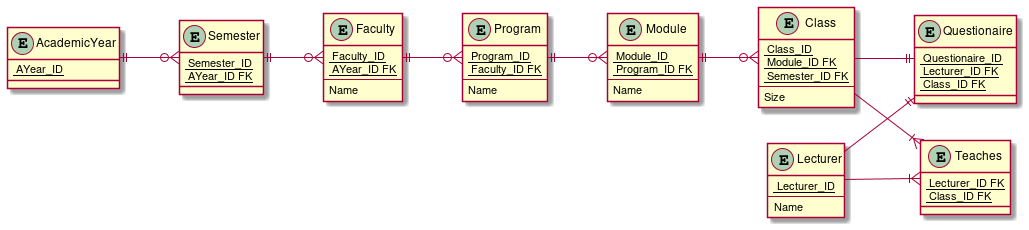
The PlantUML diagram doc/database/schema.png in QuanTran4139/VGU-Exercise-6, before a commit.
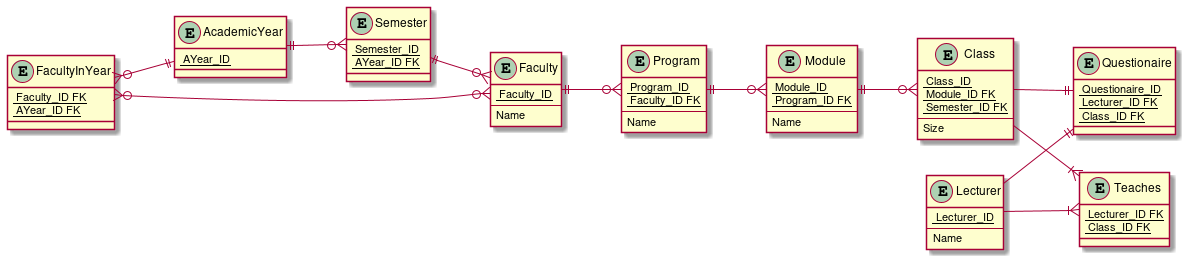
After the change.

Commit message:
Changed Faculty-AYear relationship to FacultyInYear

Change to the diagram source:
```diff
@@ -13,7 +13,6 @@
 
 entity Faculty{
     <u> Faculty_ID
-    <u> AYear_ID FK
     --
     Name
 }
@@ -46,6 +45,11 @@
     Name
 }
 
+entity FacultyInYear{
+    <u> Faculty_ID FK
+    <u> AYear_ID FK
+}
+
 entity Questionaire{
     <u> Questionaire_ID
     <u> Lecturer_ID FK
@@ -63,6 +67,9 @@
 Program ||--o{ Module
 Module ||--o{ Class
 
+FacultyInYear }o--o{ Faculty
+FacultyInYear }o--|| AcademicYear
+
 Class --|| Questionaire
 Class --|{ Teaches
 
```
